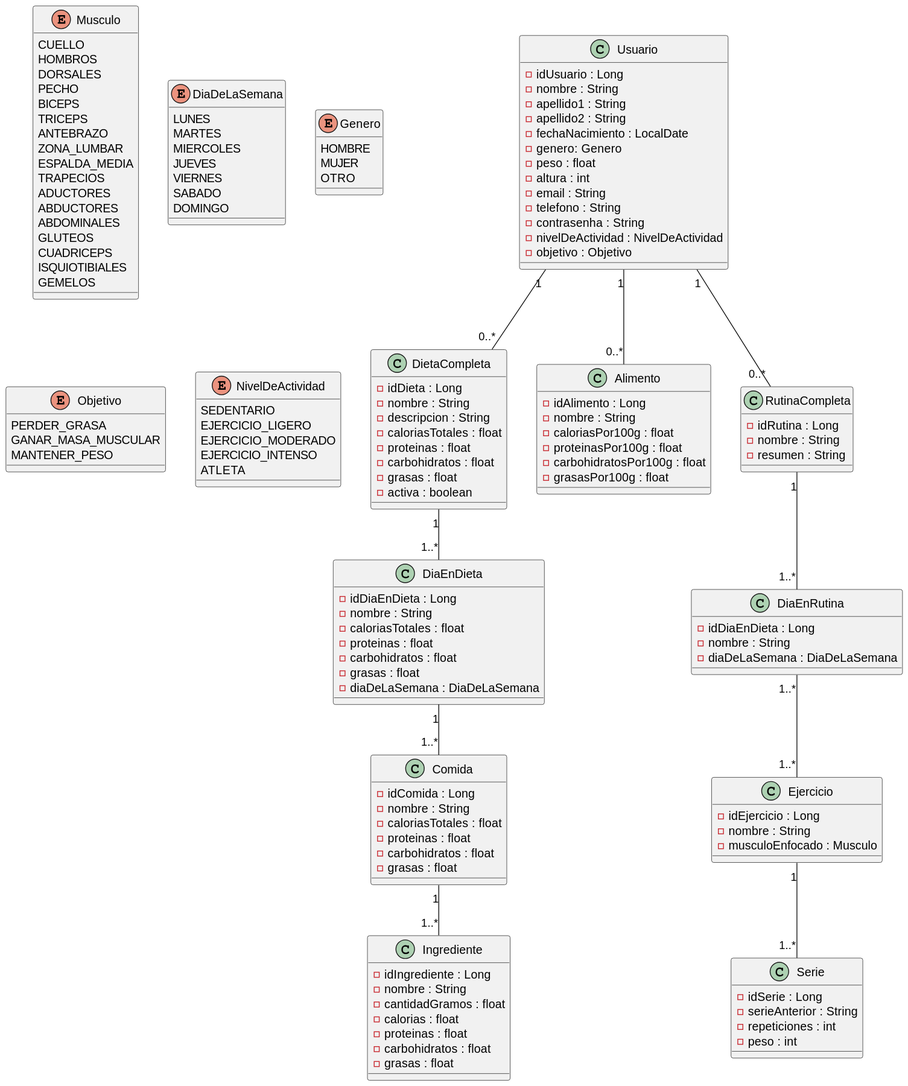
AlejandroAranaGomez/TFG keeps this PlantUML diagram as Diagramas/DiagramaDeClases.svg. Above is the earlier version.
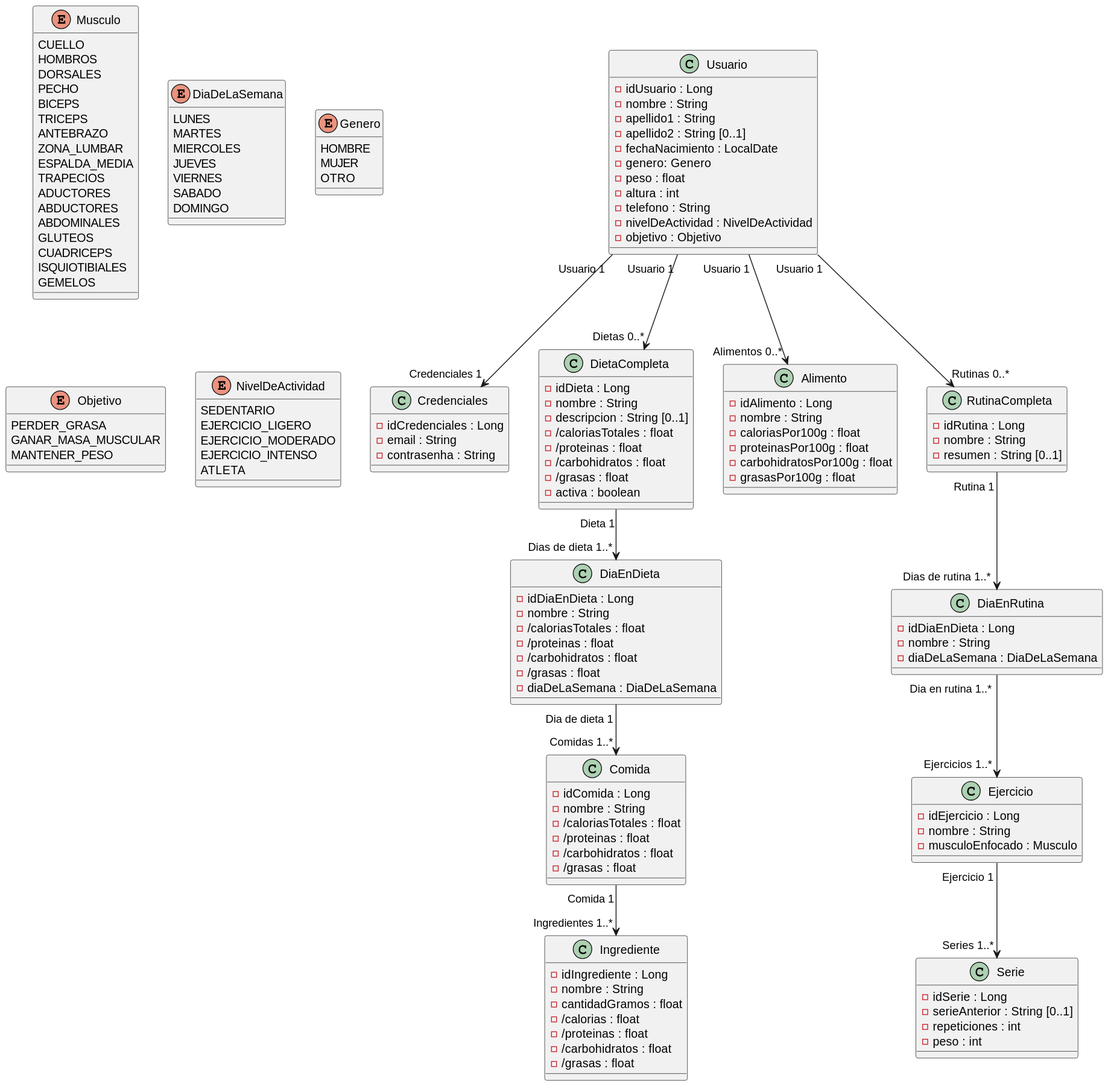
After the change.

Change to the diagram source:
```diff
@@ -55,36 +55,40 @@
 - idUsuario : Long
 - nombre : String
 - apellido1 : String
-- apellido2 : String
+- apellido2 : String [0..1]
 - fechaNacimiento : LocalDate
 - genero: Genero
 - peso : float
 - altura : int
-- email : String
 - telefono : String
-- contrasenha : String
 - nivelDeActividad : NivelDeActividad
 - objetivo : Objetivo
+}
+
+class Credenciales {
+    - idCredenciales : Long
+    - email : String
+    - contrasenha : String
 }
 
 class DietaCompleta {
 - idDieta : Long
 - nombre : String
-- descripcion : String
-- caloriasTotales : float
-- proteinas : float
-- carbohidratos : float
-- grasas : float
+- descripcion : String [0..1]
+- /caloriasTotales : float
+- /proteinas : float
+- /carbohidratos : float
+- /grasas : float
 - activa : boolean
 }
 
 class DiaEnDieta {
 - idDiaEnDieta : Long
 - nombre : String
-- caloriasTotales : float
-- proteinas : float
-- carbohidratos : float
-- grasas : float
+- /caloriasTotales : float
+- /proteinas : float
+- /carbohidratos : float
+- /grasas : float
 - diaDeLaSemana : DiaDeLaSemana
 }
 
@@ -92,20 +96,20 @@
 class Comida {
 - idComida : Long
 - nombre : String
-- caloriasTotales : float
-- proteinas : float
-- carbohidratos : float
-- grasas : float
+- /caloriasTotales : float
+- /proteinas : float
+- /carbohidratos : float
+- /grasas : float
 }
 
 class Ingrediente {
 - idIngrediente : Long
 - nombre : String
 - cantidadGramos : float
-- calorias : float
-- proteinas : float
-- carbohidratos : float
-- grasas : float
+- /calorias : float
+- /proteinas : float
+- /carbohidratos : float
+- /grasas : float
 }
 
 class Alimento {
@@ -120,7 +124,7 @@
 class RutinaCompleta {
 - idRutina : Long
 - nombre : String
-- resumen : String
+- resumen : String [0..1]
 }
 
 class DiaEnRutina {
@@ -137,27 +141,29 @@
 
 class Serie {
 - idSerie : Long
-- serieAnterior : String
+- serieAnterior : String [0..1]
 - repeticiones : int
 - peso : int
 }
 
 
-Usuario "1"  -- "0..*" DietaCompleta
+Usuario "Usuario 1"  --> "Dietas 0..*" DietaCompleta
 
-DietaCompleta "1" -- "1..*" DiaEnDieta
+Usuario "Usuario 1" --> "Credenciales 1" Credenciales
 
-Usuario "1"  -- "0..*" RutinaCompleta
+DietaCompleta "Dieta 1" --> "Dias de dieta 1..*" DiaEnDieta
 
-DiaEnDieta "1"  -- "1..*" Comida
+Usuario "Usuario 1"  --> "Rutinas 0..*" RutinaCompleta
 
-Comida "1"  -- "1..*" Ingrediente
+DiaEnDieta "Dia de dieta 1"  --> "Comidas 1..*" Comida
 
-Usuario "1" -- "0..*" Alimento
+Comida "Comida 1"  --> "Ingredientes 1..*" Ingrediente
 
-RutinaCompleta "1"  -- "1..*" DiaEnRutina
+Usuario "Usuario 1" --> "Alimentos 0..*" Alimento
 
-DiaEnRutina "1..*" -- "1..*" Ejercicio
+RutinaCompleta "Rutina 1"  --> "Dias de rutina 1..*" DiaEnRutina
 
-Ejercicio "1"  -- "1..*" Serie
+DiaEnRutina "Dia en rutina 1..*" --> "Ejercicios 1..*" Ejercicio
+
+Ejercicio "Ejercicio 1"  --> "Series 1..*" Serie
 @enduml
```
